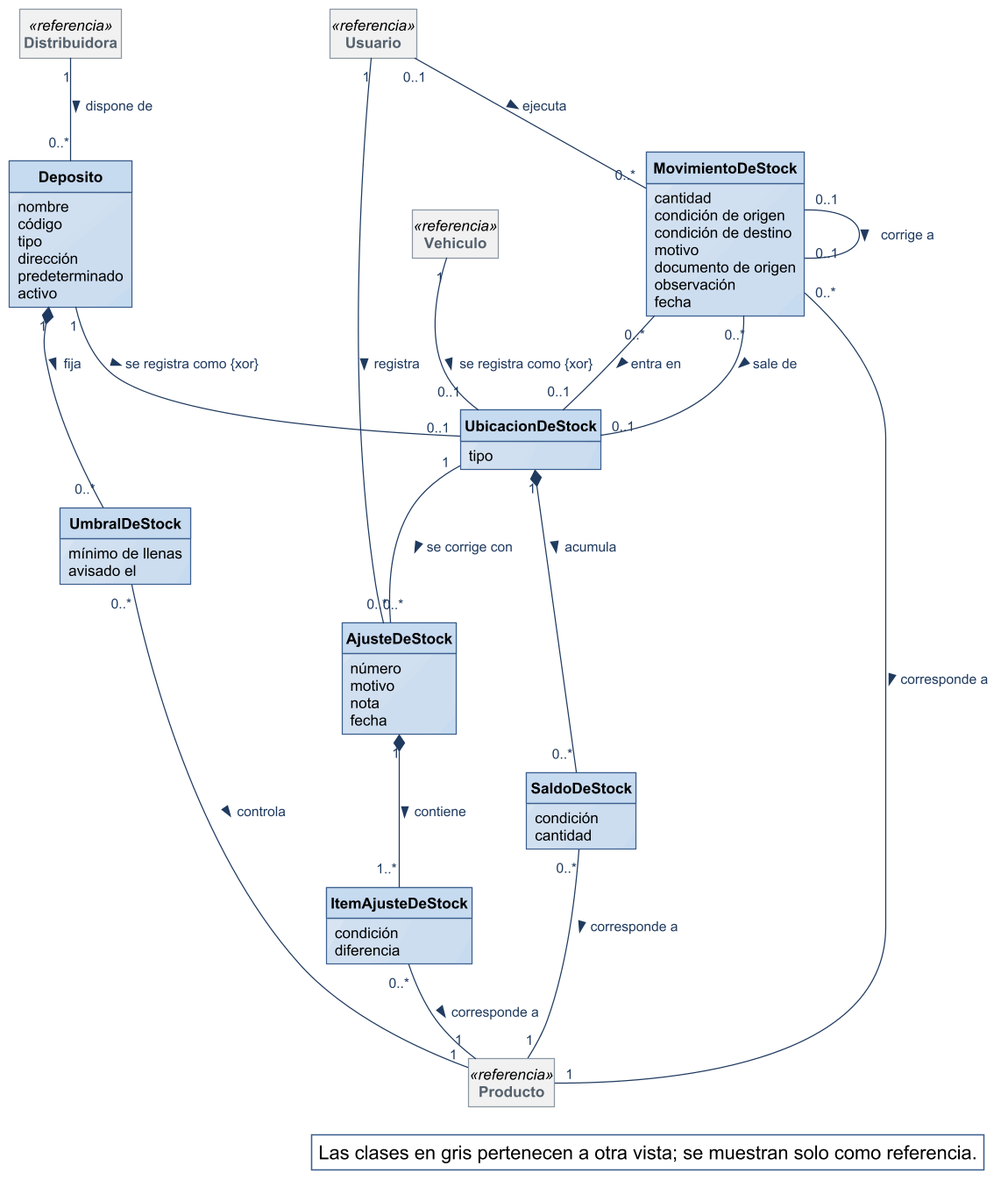
Above: diagramas/modelo-conceptual/MC_Stock.png in Nahuelito-Dev/splg-docs (PlantUML), before the change.
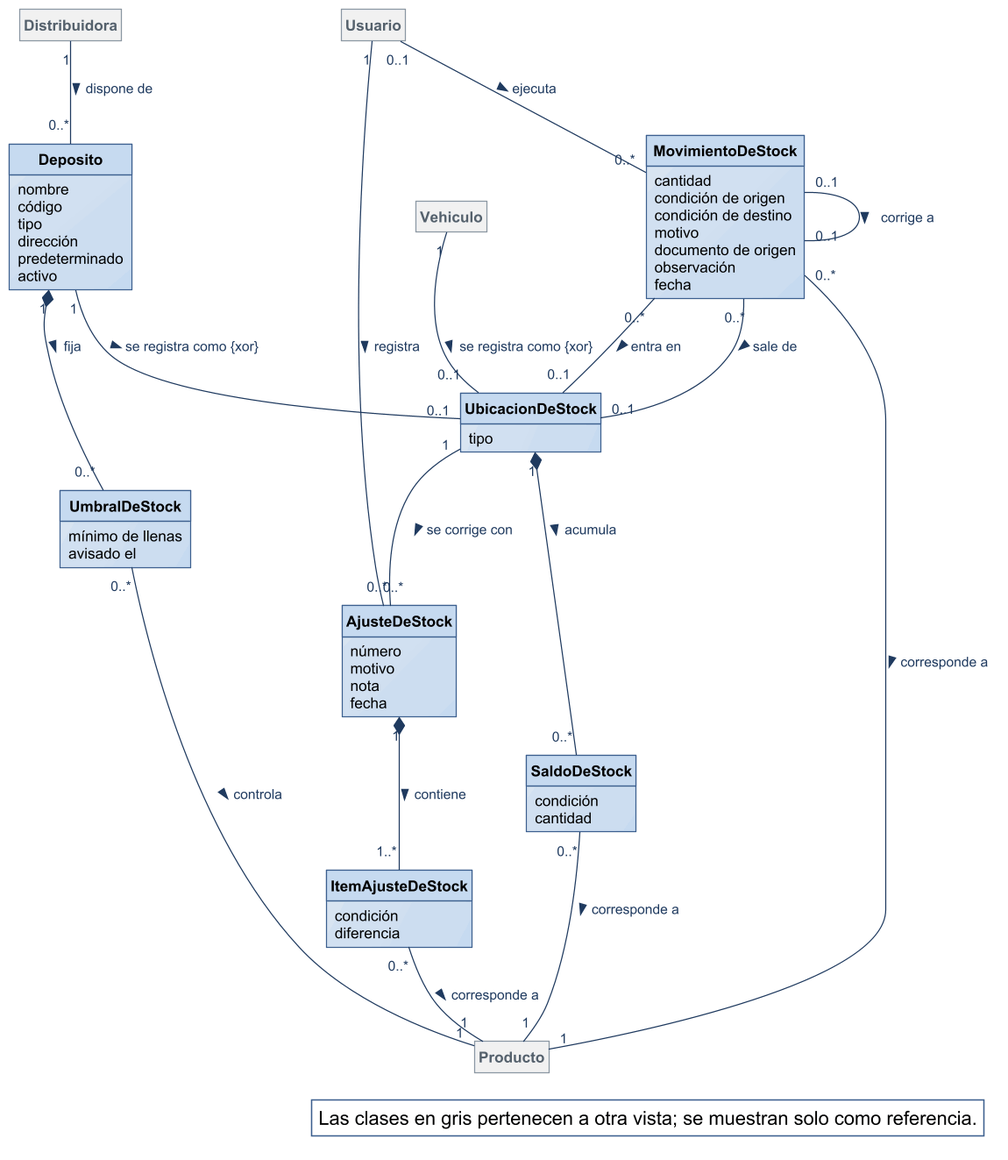
Above is the later version.

Diff of the diagram source:
```diff
@@ -2,11 +2,6 @@
 !include ../estilo-vp.iuml
 skinparam nodesep 40
 skinparam ranksep 55
-skinparam class<<referencia>> {
-  BackgroundColor #F1F1F1
-  BorderColor #8A97A3
-  FontColor #55616C
-}
 skinparam packageStyle rectangle
 hide circle
 hide methods
@@ -50,10 +45,10 @@
   condición
   diferencia
 }
-class Producto <<referencia>>
-class Vehiculo <<referencia>>
-class Usuario <<referencia>>
-class Distribuidora <<referencia>>
+class Producto #F1F1F1;line:8A97A3;text:55616C
+class Vehiculo #F1F1F1;line:8A97A3;text:55616C
+class Usuario #F1F1F1;line:8A97A3;text:55616C
+class Distribuidora #F1F1F1;line:8A97A3;text:55616C
 
 
 Distribuidora "1" -- "0..*" Deposito : dispone de >
```
